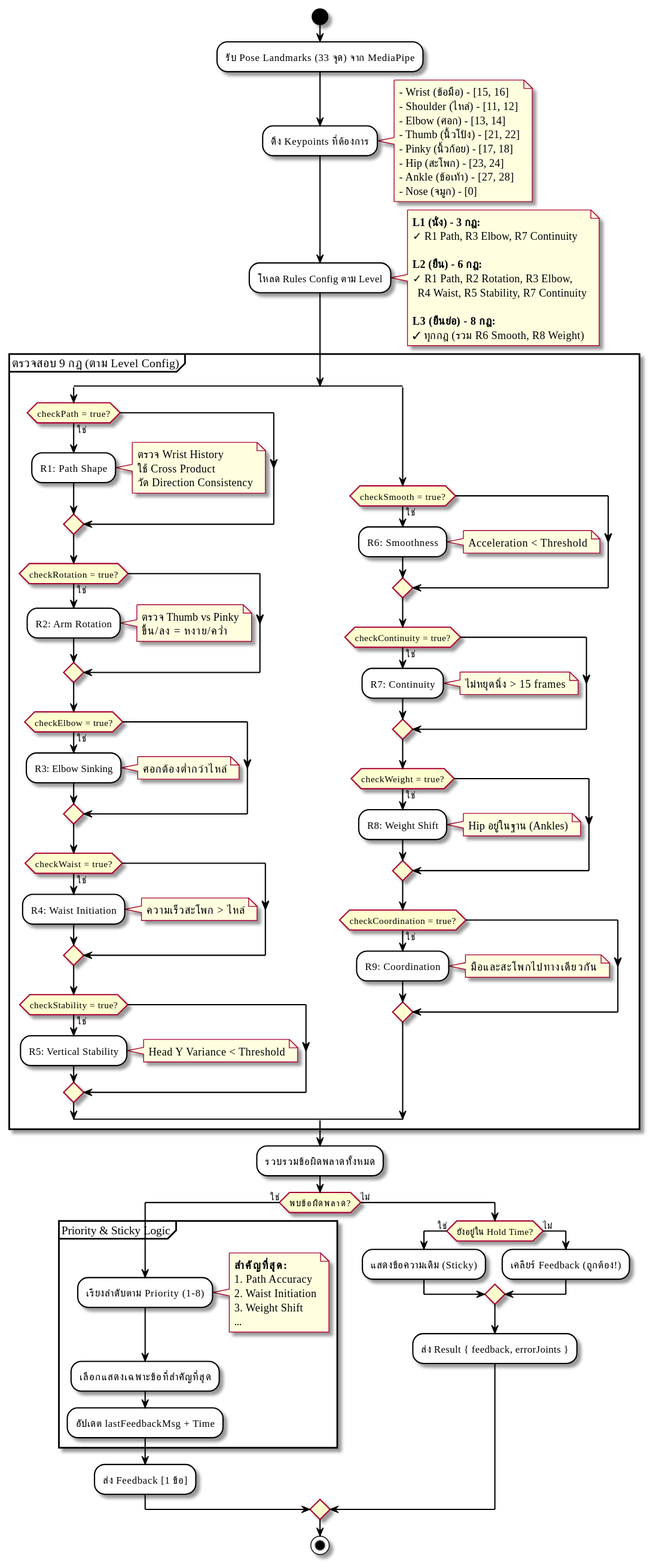
vyut/TaijiFlow keeps this PlantUML diagram as out/docs/diagrams/ActivityDiagram_Heuristics/TaijiFlow_Activity_Diagram_Heuristics.svg. Above is the earlier version.
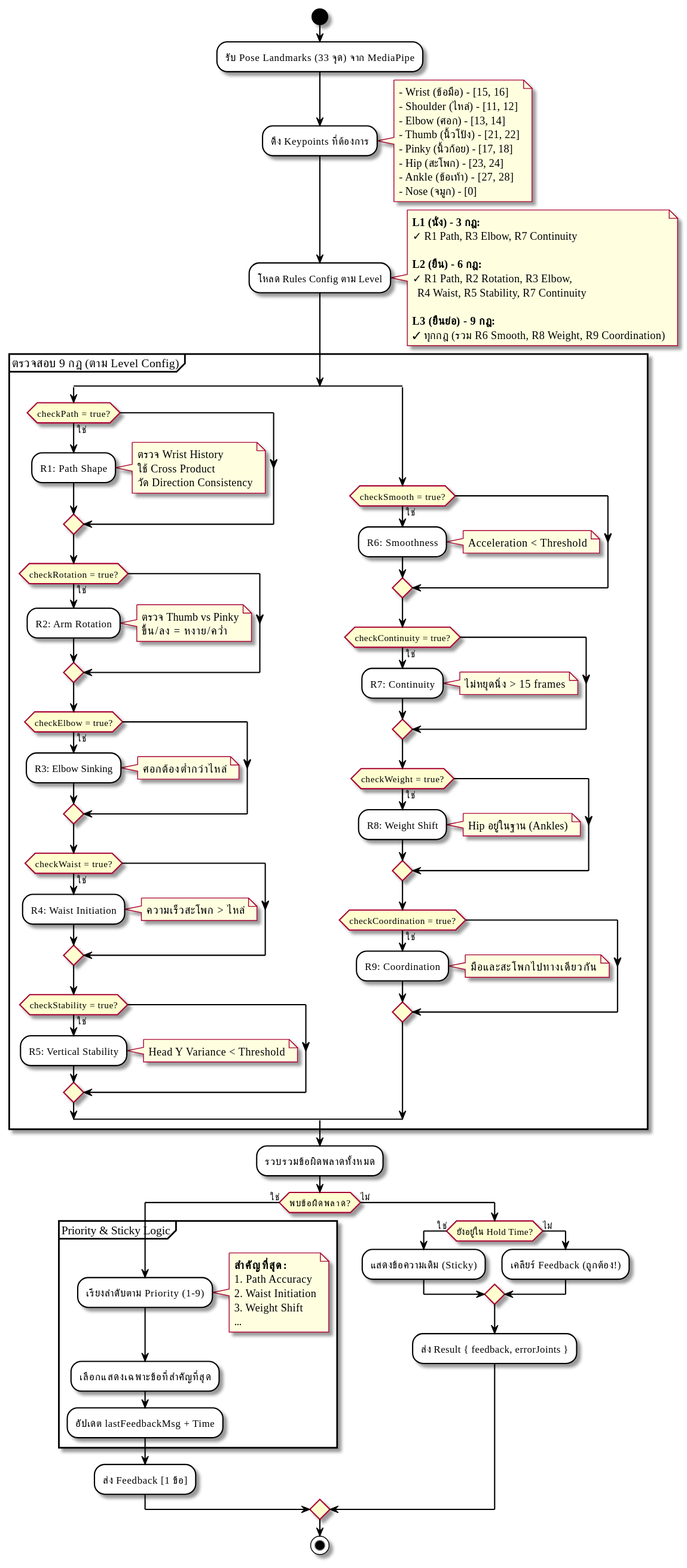
After the change.

Diff of the diagram source:
```diff
@@ -35,8 +35,8 @@
     ✓ R1 Path, R2 Rotation, R3 Elbow,
       R4 Waist, R5 Stability, R7 Continuity
 
-    **L3 (ยืนย่อ) - 8 กฎ:**
-    ✓ ทุกกฎ (รวม R6 Smooth, R8 Weight)
+    **L3 (ยืนย่อ) - 9 กฎ:**
+    ✓ ทุกกฎ (รวม R6 Smooth, R8 Weight, R9 Coordination)
 end note
 
 partition "ตรวจสอบ 9 กฎ (ตาม Level Config)" {
@@ -118,7 +118,7 @@
 
 if (พบข้อผิดพลาด?) then (ใช่)
     partition "Priority & Sticky Logic" {
-        :เรียงลำดับตาม Priority (1-8);
+        :เรียงลำดับตาม Priority (1-9);
         note right
             **สำคัญที่สุด:**
             1. Path Accuracy
```
